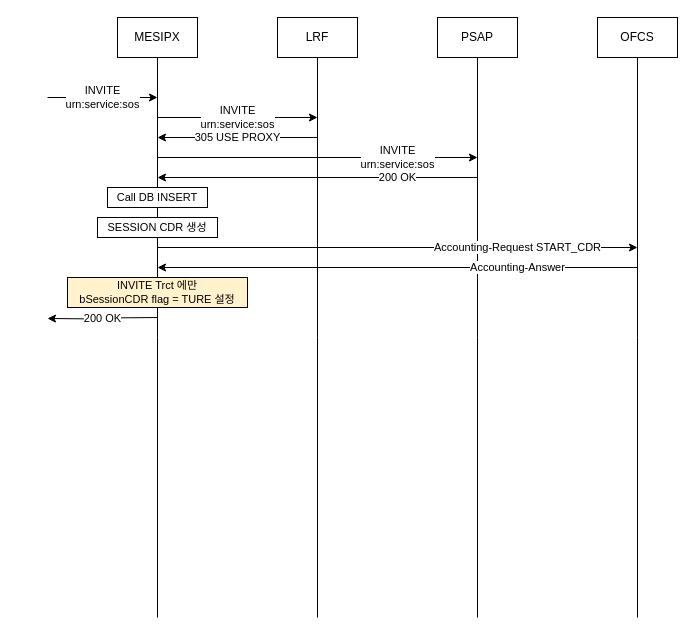
This is MREGRX.drawio from JaeHyeon774/NEWTIL, a draw.io file, before an edit. Source tidied: cells renumbered, new cells numbered last; positions are measured from the earlier drawing's top-left corner, leaving out a move shared by most shapes. Both pictures are drawn from the tidied source at 100%, with x=0, y=0 at pixel (47, 17).
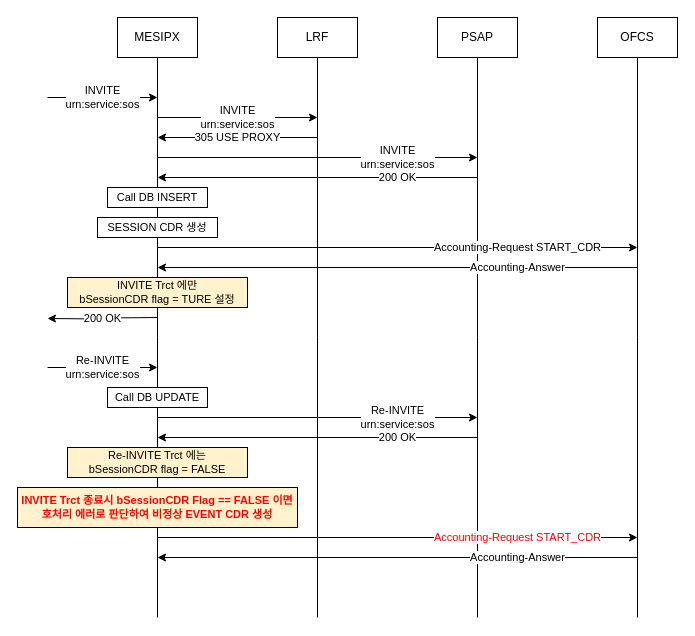
The same page after the edit.

Change to the diagram source:
```diff
@@
+    <mxCell id="21" value="Re-INVITE&lt;div&gt;urn:service:sos&lt;/div&gt;" style="endArrow=classic;html=1;rounded=0;strokeColor=default;align=center;verticalAlign=middle;fontFamily=Helvetica;fontSize=11;fontColor=default;labelBackgroundColor=default;edgeStyle=orthogonalEdgeStyle;" parent="1" edge="1">
+      <mxGeometry relative="1" as="geometry">
+        <mxPoint y="350" as="sourcePoint" />
+        <mxPoint x="110" y="350" as="targetPoint" />
+      </mxGeometry>
+    </mxCell>
+    <mxCell id="22" value="Re-INVITE&lt;div&gt;urn:service:sos&lt;/div&gt;" style="endArrow=classic;html=1;rounded=0;strokeColor=default;align=center;verticalAlign=middle;fontFamily=Helvetica;fontSize=11;fontColor=default;labelBackgroundColor=default;edgeStyle=orthogonalEdgeStyle;" parent="1" edge="1">
+      <mxGeometry x="0.5" relative="1" as="geometry">
+        <mxPoint x="110" y="400" as="sourcePoint" />
+        <mxPoint x="430" y="400" as="targetPoint" />
+      </mxGeometry>
+    </mxCell>
+    <mxCell id="23" value="200 OK" style="endArrow=classic;html=1;rounded=0;strokeColor=default;align=center;verticalAlign=middle;fontFamily=Helvetica;fontSize=11;fontColor=default;labelBackgroundColor=default;edgeStyle=orthogonalEdgeStyle;" parent="1" edge="1">
+      <mxGeometry x="-0.5" relative="1" as="geometry">
+        <mxPoint x="430" y="420" as="sourcePoint" />
+        <mxPoint x="110" y="420" as="targetPoint" />
+      </mxGeometry>
+    </mxCell>
+    <mxCell id="24" value="Call DB UPDATE" style="rounded=0;whiteSpace=wrap;html=1;fontFamily=Helvetica;fontSize=11;fontColor=default;labelBackgroundColor=default;" parent="1" vertex="1">
+      <mxGeometry x="60" y="370" width="100" height="20" as="geometry" />
+    </mxCell>
+    <mxCell id="25" value="Re-INVITE Trct 에는&lt;div&gt;bSessionCDR flag = FALSE&lt;/div&gt;" style="rounded=0;whiteSpace=wrap;html=1;fontFamily=Helvetica;fontSize=11;labelBackgroundColor=#FFF2CC;fillColor=#fff2cc;strokeColor=default;" parent="1" vertex="1">
+      <mxGeometry x="20" y="430" width="180" height="30" as="geometry" />
+    </mxCell>
+    <mxCell id="26" value="&lt;font color=&quot;#ff0000&quot;&gt;&lt;b&gt;INVITE Trct 종료시 bSessionCDR Flag == FALSE 이면&lt;/b&gt;&lt;/font&gt;&lt;div&gt;&lt;font color=&quot;#ff0000&quot;&gt;&lt;b&gt;호처리 에러로 판단하여 비정상 EVENT CDR 생성&lt;/b&gt;&lt;/font&gt;&lt;/div&gt;" style="rounded=0;whiteSpace=wrap;html=1;fontFamily=Helvetica;fontSize=11;labelBackgroundColor=#FFF2CC;fillColor=#fff2cc;strokeColor=default;" parent="1" vertex="1">
+      <mxGeometry x="-30" y="470" width="280" height="40" as="geometry" />
+    </mxCell>
+    <mxCell id="27" value="&lt;font color=&quot;#ff0000&quot;&gt;Accounting-Request START_CDR&lt;/font&gt;" style="endArrow=classic;html=1;rounded=0;strokeColor=default;align=center;verticalAlign=middle;fontFamily=Helvetica;fontSize=11;fontColor=default;labelBackgroundColor=default;edgeStyle=orthogonalEdgeStyle;" parent="1" edge="1">
+      <mxGeometry x="0.5" relative="1" as="geometry">
+        <mxPoint x="110" y="520" as="sourcePoint" />
+        <mxPoint x="590" y="520" as="targetPoint" />
+      </mxGeometry>
+    </mxCell>
+    <mxCell id="28" value="Accounting-Answer" style="endArrow=classic;html=1;rounded=0;strokeColor=default;align=center;verticalAlign=middle;fontFamily=Helvetica;fontSize=11;fontColor=default;labelBackgroundColor=default;edgeStyle=orthogonalEdgeStyle;" parent="1" edge="1">
+      <mxGeometry x="-0.5" relative="1" as="geometry">
+        <mxPoint x="590" y="540" as="sourcePoint" />
+        <mxPoint x="110" y="540" as="targetPoint" />
+      </mxGeometry>
+    </mxCell>
```
